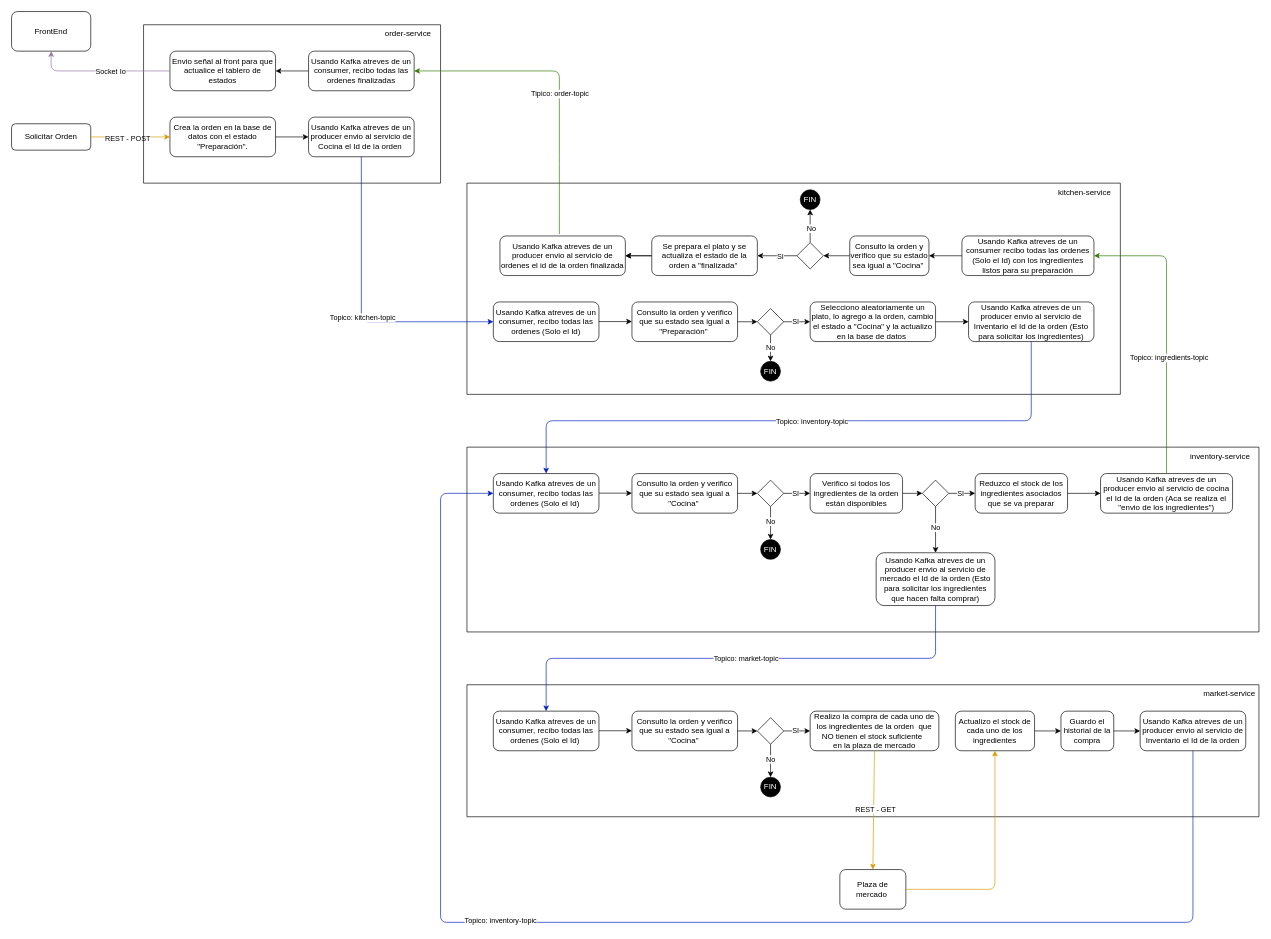
Before: flow.drawio in danieltrrzz/alegra, a draw.io diagram. Source tidied: cells renumbered, new cells numbered last; positions are measured from the earlier drawing's top-left corner, leaving out a move shared by most shapes. Both pictures are drawn from the tidied source at 66%, with x=0, y=0 at pixel (11, 11).
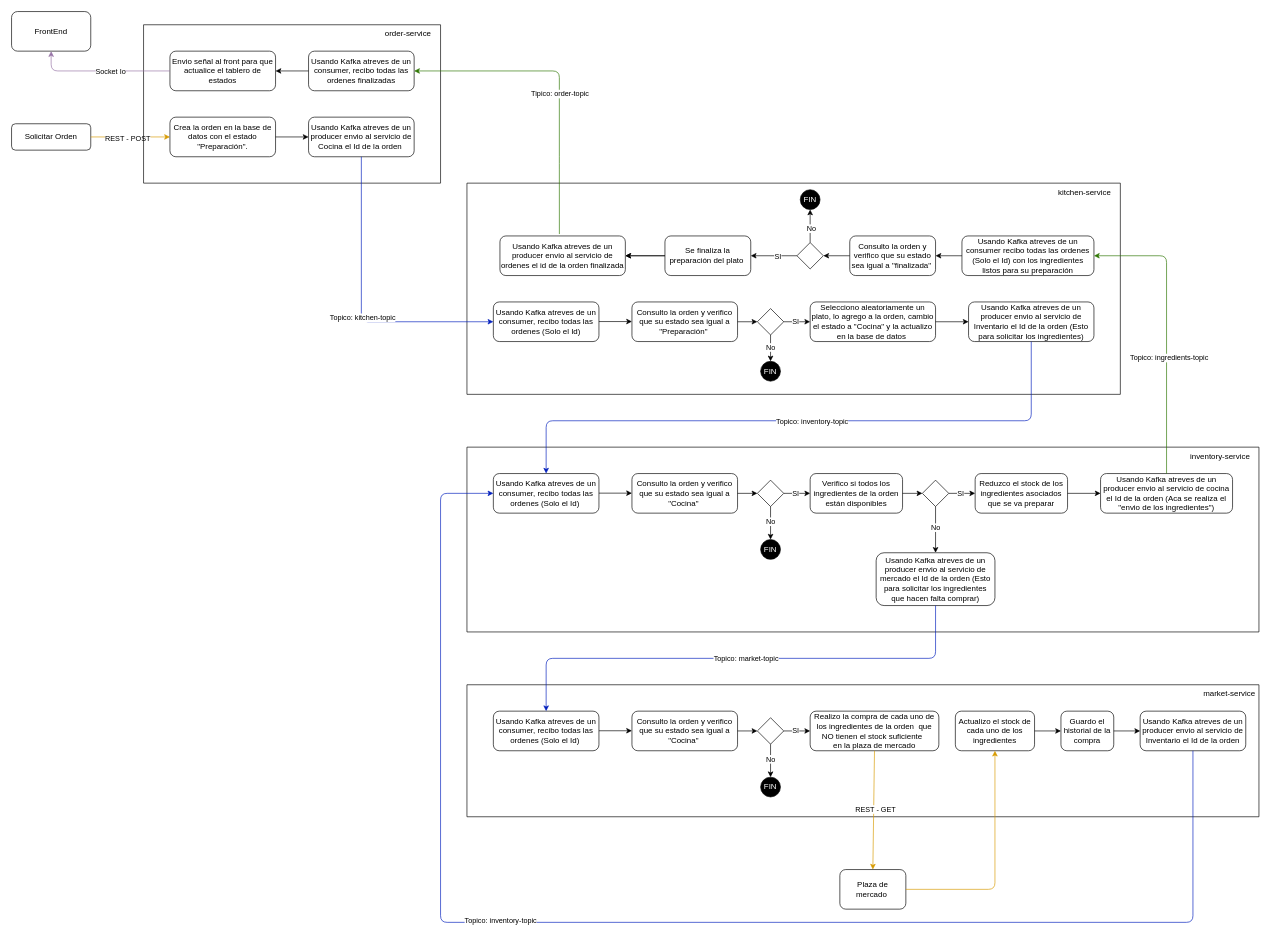
After the change.

Unchanged cells that the change refers to:
```xml
<mxCell id="16" style="swimlane;startSize=0;" parent="1" vertex="1">
  <mxGeometry x="690" y="260" width="990" height="320" as="geometry" />
</mxCell>
```

What changed in the source:
```diff
@@
-    <mxCell id="33" value="&lt;div style=&quot;&quot;&gt;&lt;font color=&quot;#000000&quot;&gt;Se prepara el plato y se actualiza el estado de la orden a &quot;finalizada&quot;&amp;nbsp;&lt;/font&gt;&lt;/div&gt;" style="rounded=1;whiteSpace=wrap;html=1;align=center;" parent="16" vertex="1">
-      <mxGeometry x="280" y="80" width="160" height="60" as="geometry" />
+    <mxCell id="33" value="&lt;div style=&quot;&quot;&gt;&lt;font color=&quot;#000000&quot;&gt;Se finaliza la preparación del plato&amp;nbsp;&lt;/font&gt;&lt;/div&gt;" style="rounded=1;whiteSpace=wrap;html=1;align=center;" parent="16" vertex="1">
+      <mxGeometry x="300" y="80" width="130" height="60" as="geometry" />
     </mxCell>
@@
-    <mxCell id="36" value="&lt;span style=&quot;color: rgb(0, 0, 0);&quot;&gt;Consulto la orden y verifico que su estado sea igual a &quot;Cocina&quot;&amp;nbsp;&lt;/span&gt;" style="rounded=1;whiteSpace=wrap;html=1;" parent="16" vertex="1">
-      <mxGeometry x="580" y="80" width="120" height="60" as="geometry" />
+    <mxCell id="36" value="&lt;span style=&quot;color: rgb(0, 0, 0);&quot;&gt;Consulto la orden y verifico que su estado sea igual a &quot;&lt;span style=&quot;color: rgb(0, 0, 0);&quot;&gt;finalizada&lt;/span&gt;&quot;&amp;nbsp;&lt;/span&gt;" style="rounded=1;whiteSpace=wrap;html=1;" parent="16" vertex="1">
+      <mxGeometry x="580" y="80" width="130" height="60" as="geometry" />
     </mxCell>
```
